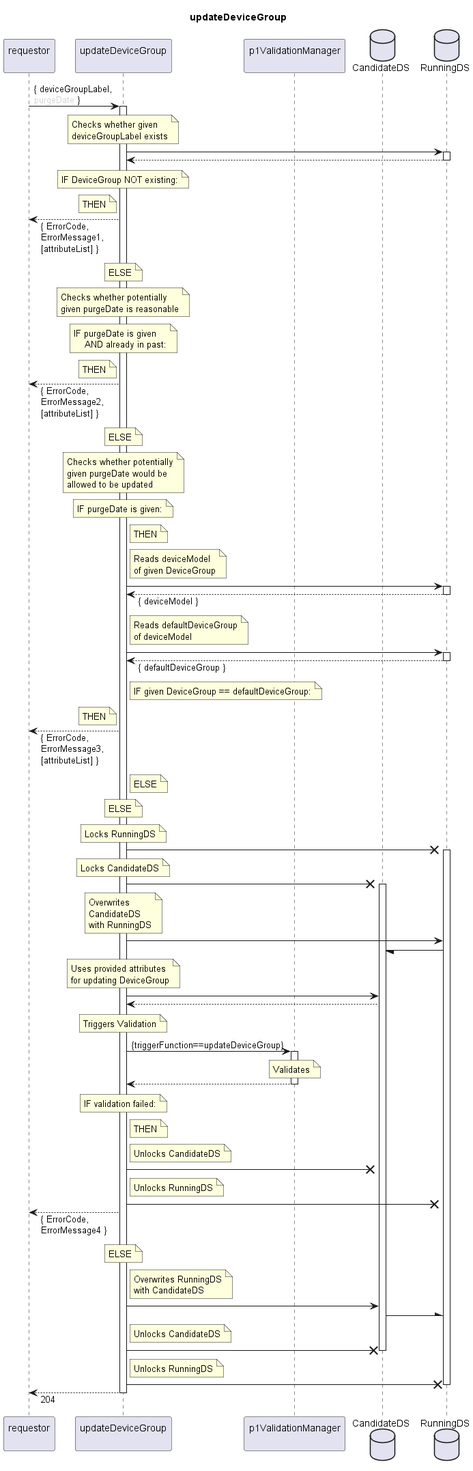
openBackhaul/FirmWareManager keeps this PlantUML diagram as spec/Services/updateDeviceGroup/1.0.0/updateDeviceGroup.png. Above is the earlier version. Source of this version:
```plantuml
@startuml updateDeviceGroup
skinparam responseMessageBelowArrow true

title
  updateDeviceGroup
end title

participant "requestor\n" as requestor
participant "updateDeviceGroup\n" as indServ
participant "p1ValidationManager\n" as valiMan
database "CandidateDS" as CanDS
database "RunningDS" as RunDS

requestor -> indServ: { deviceGroupLabel,\n<color:LightGray>purgeDate</color> }
activate indServ

  note over indServ
    Checks whether given
    deviceGroupLabel exists
  end note
  indServ -> RunDS
  activate RunDS
  indServ <-- RunDS
  deactivate RunDS
  note over indServ
    IF DeviceGroup NOT existing:
  end note
  note left indServ
    THEN
  end note
  requestor <-- indServ: { ErrorCode,\nErrorMessage1,\n[attributeList] }
  note over indServ
    ELSE
  end note

  note over indServ
    Checks whether potentially
    given purgeDate is reasonable
  end note
  note over indServ
    IF purgeDate is given
        AND already in past:
  end note
  note left indServ
    THEN
  end note
  requestor <-- indServ: { ErrorCode,\nErrorMessage2,\n[attributeList] }
  note over indServ
    ELSE
  end note

  note over indServ
    Checks whether potentially
    given purgeDate would be
    allowed to be updated
  end note
  note over indServ
    IF purgeDate is given:
  end note
  note right indServ
    THEN
  end note
  note right indServ
    Reads deviceModel
    of given DeviceGroup
  end note
  indServ -> RunDS
  activate RunDS
  indServ <-- RunDS: { deviceModel }
  deactivate RunDS
  note right indServ
    Reads defaultDeviceGroup
    of deviceModel
  end note
  indServ -> RunDS
  activate RunDS
  indServ <-- RunDS: { defaultDeviceGroup }
  deactivate RunDS
  note right indServ
    IF given DeviceGroup == defaultDeviceGroup:
  end note
  note left indServ
    THEN
  end note
  requestor <-- indServ: { ErrorCode,\nErrorMessage3,\n[attributeList] }
  note right indServ
    ELSE
  end note
  note over indServ
    ELSE
  end note

  note over indServ
    Locks RunningDS
  end note
  indServ -X RunDS
  activate RunDS
  note over indServ
    Locks CandidateDS
  end note
  indServ -X CanDS
  activate CanDS
  note over indServ
    Overwrites
    CandidateDS
    with RunningDS
  end note
  indServ -> RunDS
  RunDS -/ CanDS

  note over indServ
    Uses provided attributes
    for updating DeviceGroup
  end note
  indServ -> CanDS
  indServ <-- CanDS

  note over indServ
    Triggers Validation
  end note
  indServ -> valiMan: {triggerFunction==updateDeviceGroup}
  activate valiMan
    note over valiMan
      Validates
    end note
  indServ <-- valiMan
  deactivate valiMan
  note over indServ
    IF validation failed:
  end note
  note right indServ
    THEN
  end note
  note right indServ
    Unlocks CandidateDS
  end note
  indServ -X CanDS
  note right indServ
    Unlocks RunningDS
  end note
  indServ -X RunDS
  requestor <-- indServ: { ErrorCode,\nErrorMessage4 }
  note over indServ
    ELSE
  end note

  note right indServ
    Overwrites RunningDS
    with CandidateDS
  end note
  indServ -> CanDS
  CanDS -\ RunDS
  note right indServ
    Unlocks CandidateDS
  end note
  indServ -X CanDS
  deactivate CanDS
  note right indServ
    Unlocks RunningDS
  end note
  indServ -X RunDS
  deactivate RunDS

requestor <-- indServ: 204
deactivate indServ

@enduml
```
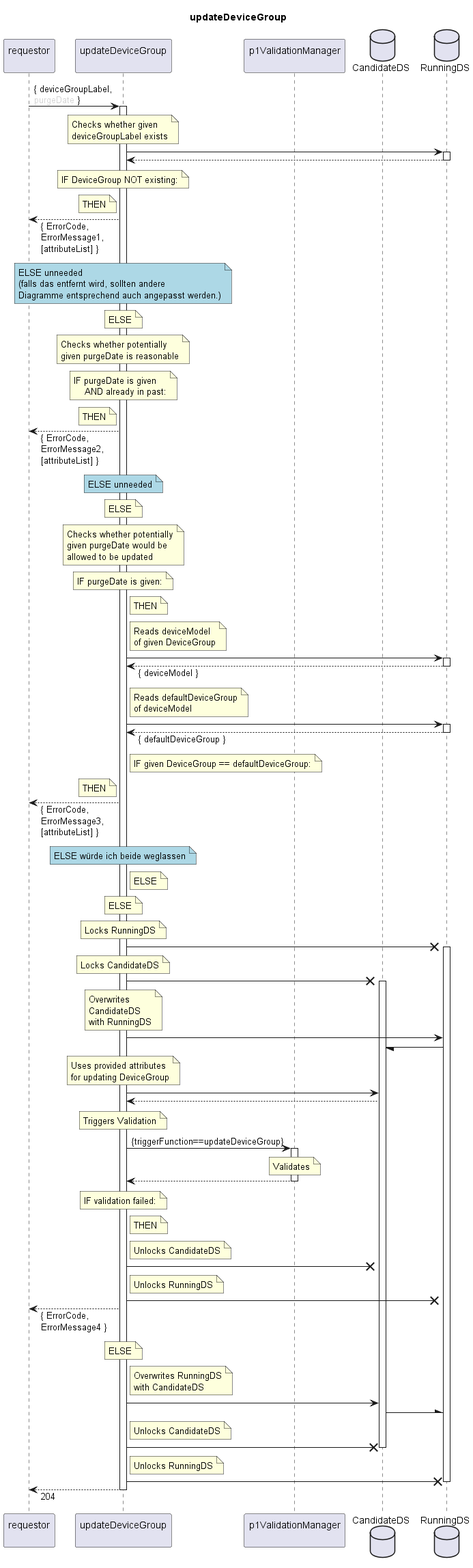
After the commit.

What changed in the source:
```diff
@@ -29,6 +29,11 @@
     THEN
   end note
   requestor <-- indServ: { ErrorCode,\nErrorMessage1,\n[attributeList] }
+  note over indServ #LightBlue
+    ELSE unneeded
+    (falls das entfernt wird, sollten andere
+    Diagramme entsprechend auch angepasst werden.)
+  end note
   note over indServ
     ELSE
   end note
@@ -45,6 +50,9 @@
     THEN
   end note
   requestor <-- indServ: { ErrorCode,\nErrorMessage2,\n[attributeList] }
+  note over indServ #LightBlue
+    ELSE unneeded
+  end note
   note over indServ
     ELSE
   end note
@@ -83,6 +91,9 @@
     THEN
   end note
   requestor <-- indServ: { ErrorCode,\nErrorMessage3,\n[attributeList] }
+  note over indServ #LightBlue
+    ELSE würde ich beide weglassen
+  end note
   note right indServ
     ELSE
   end note
```
